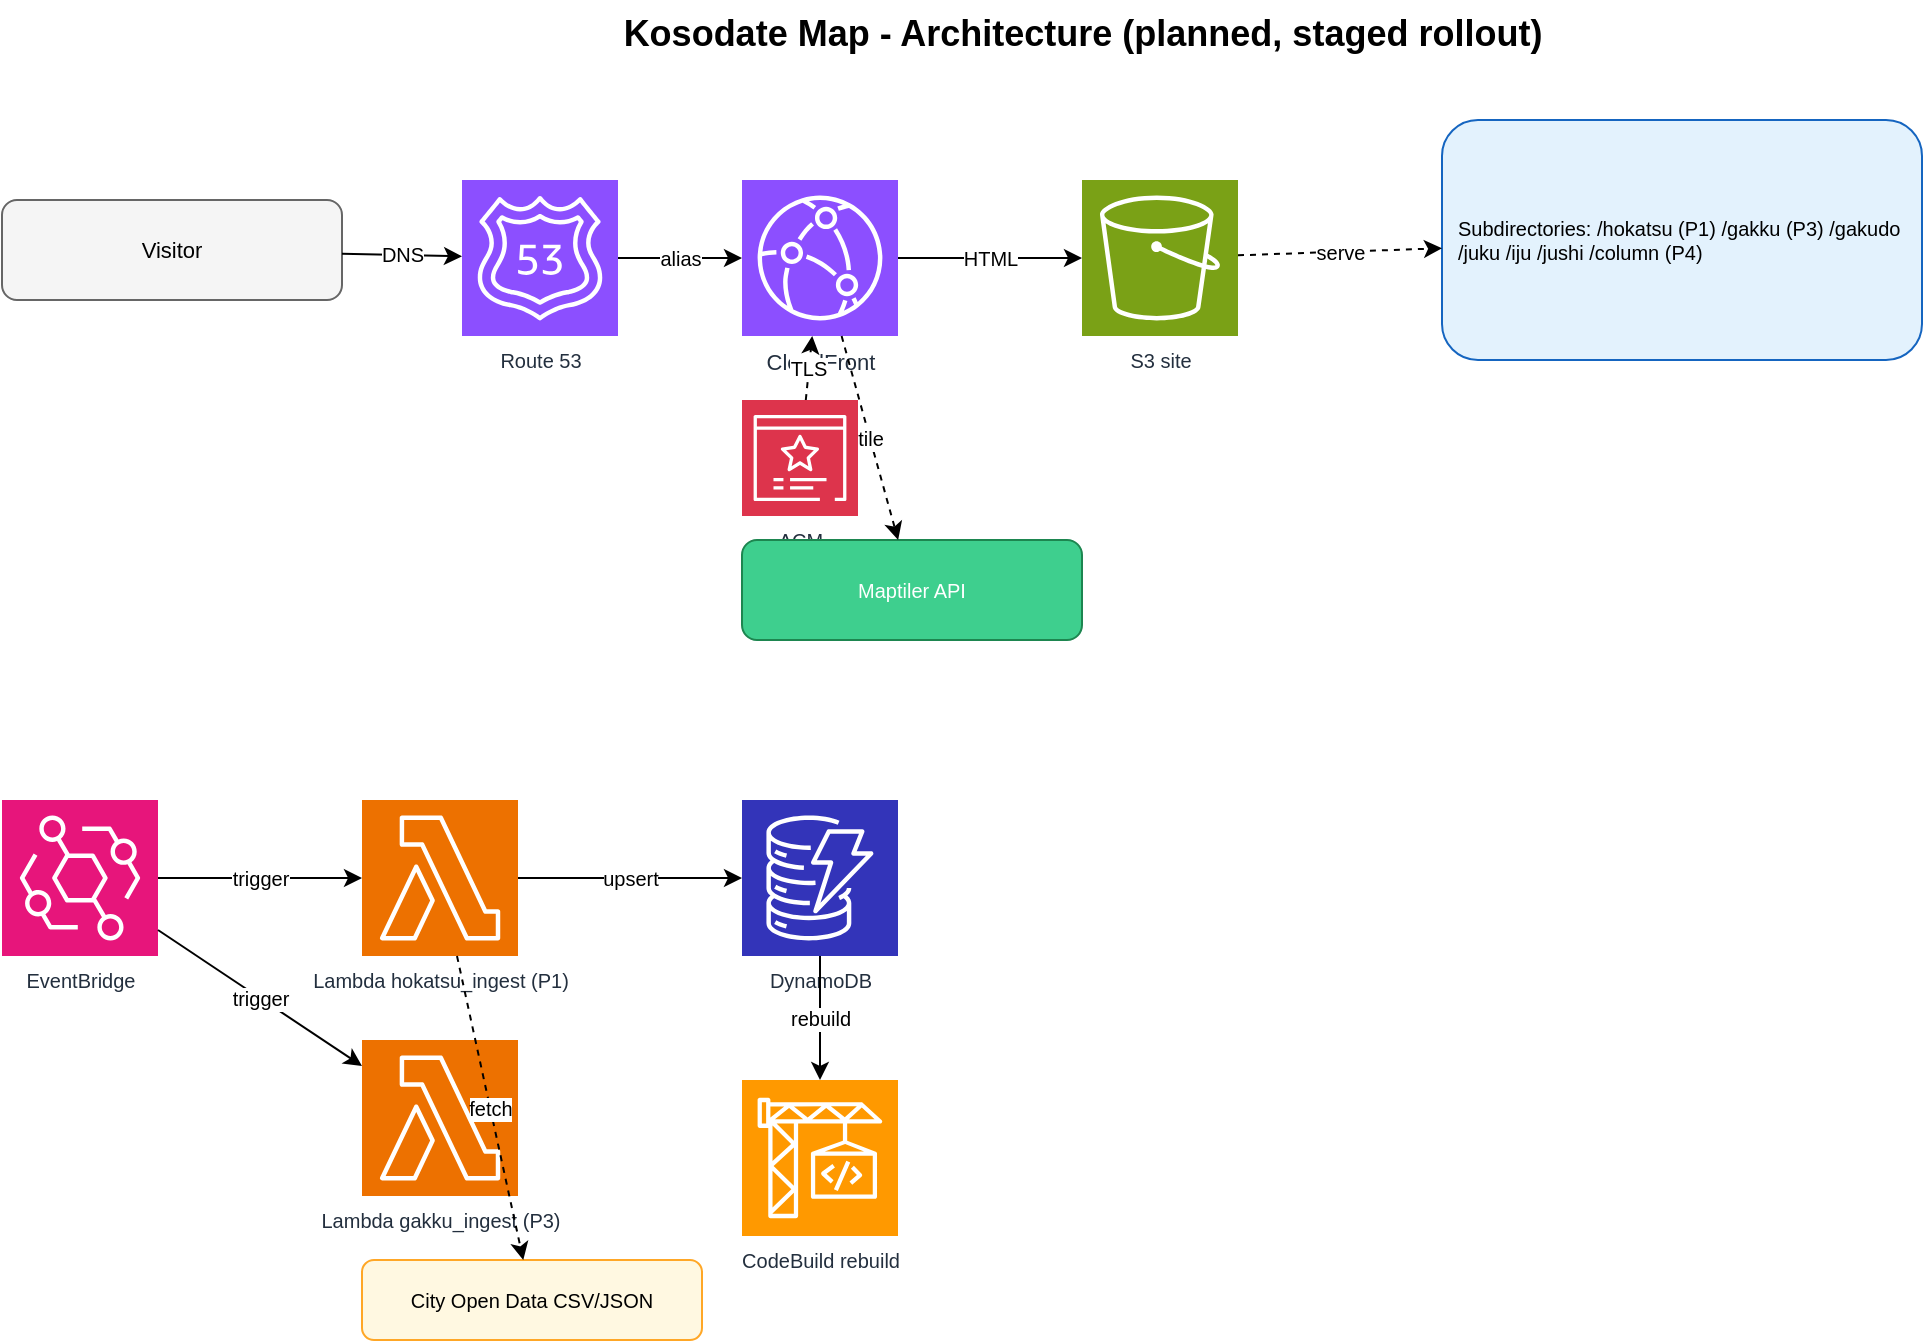
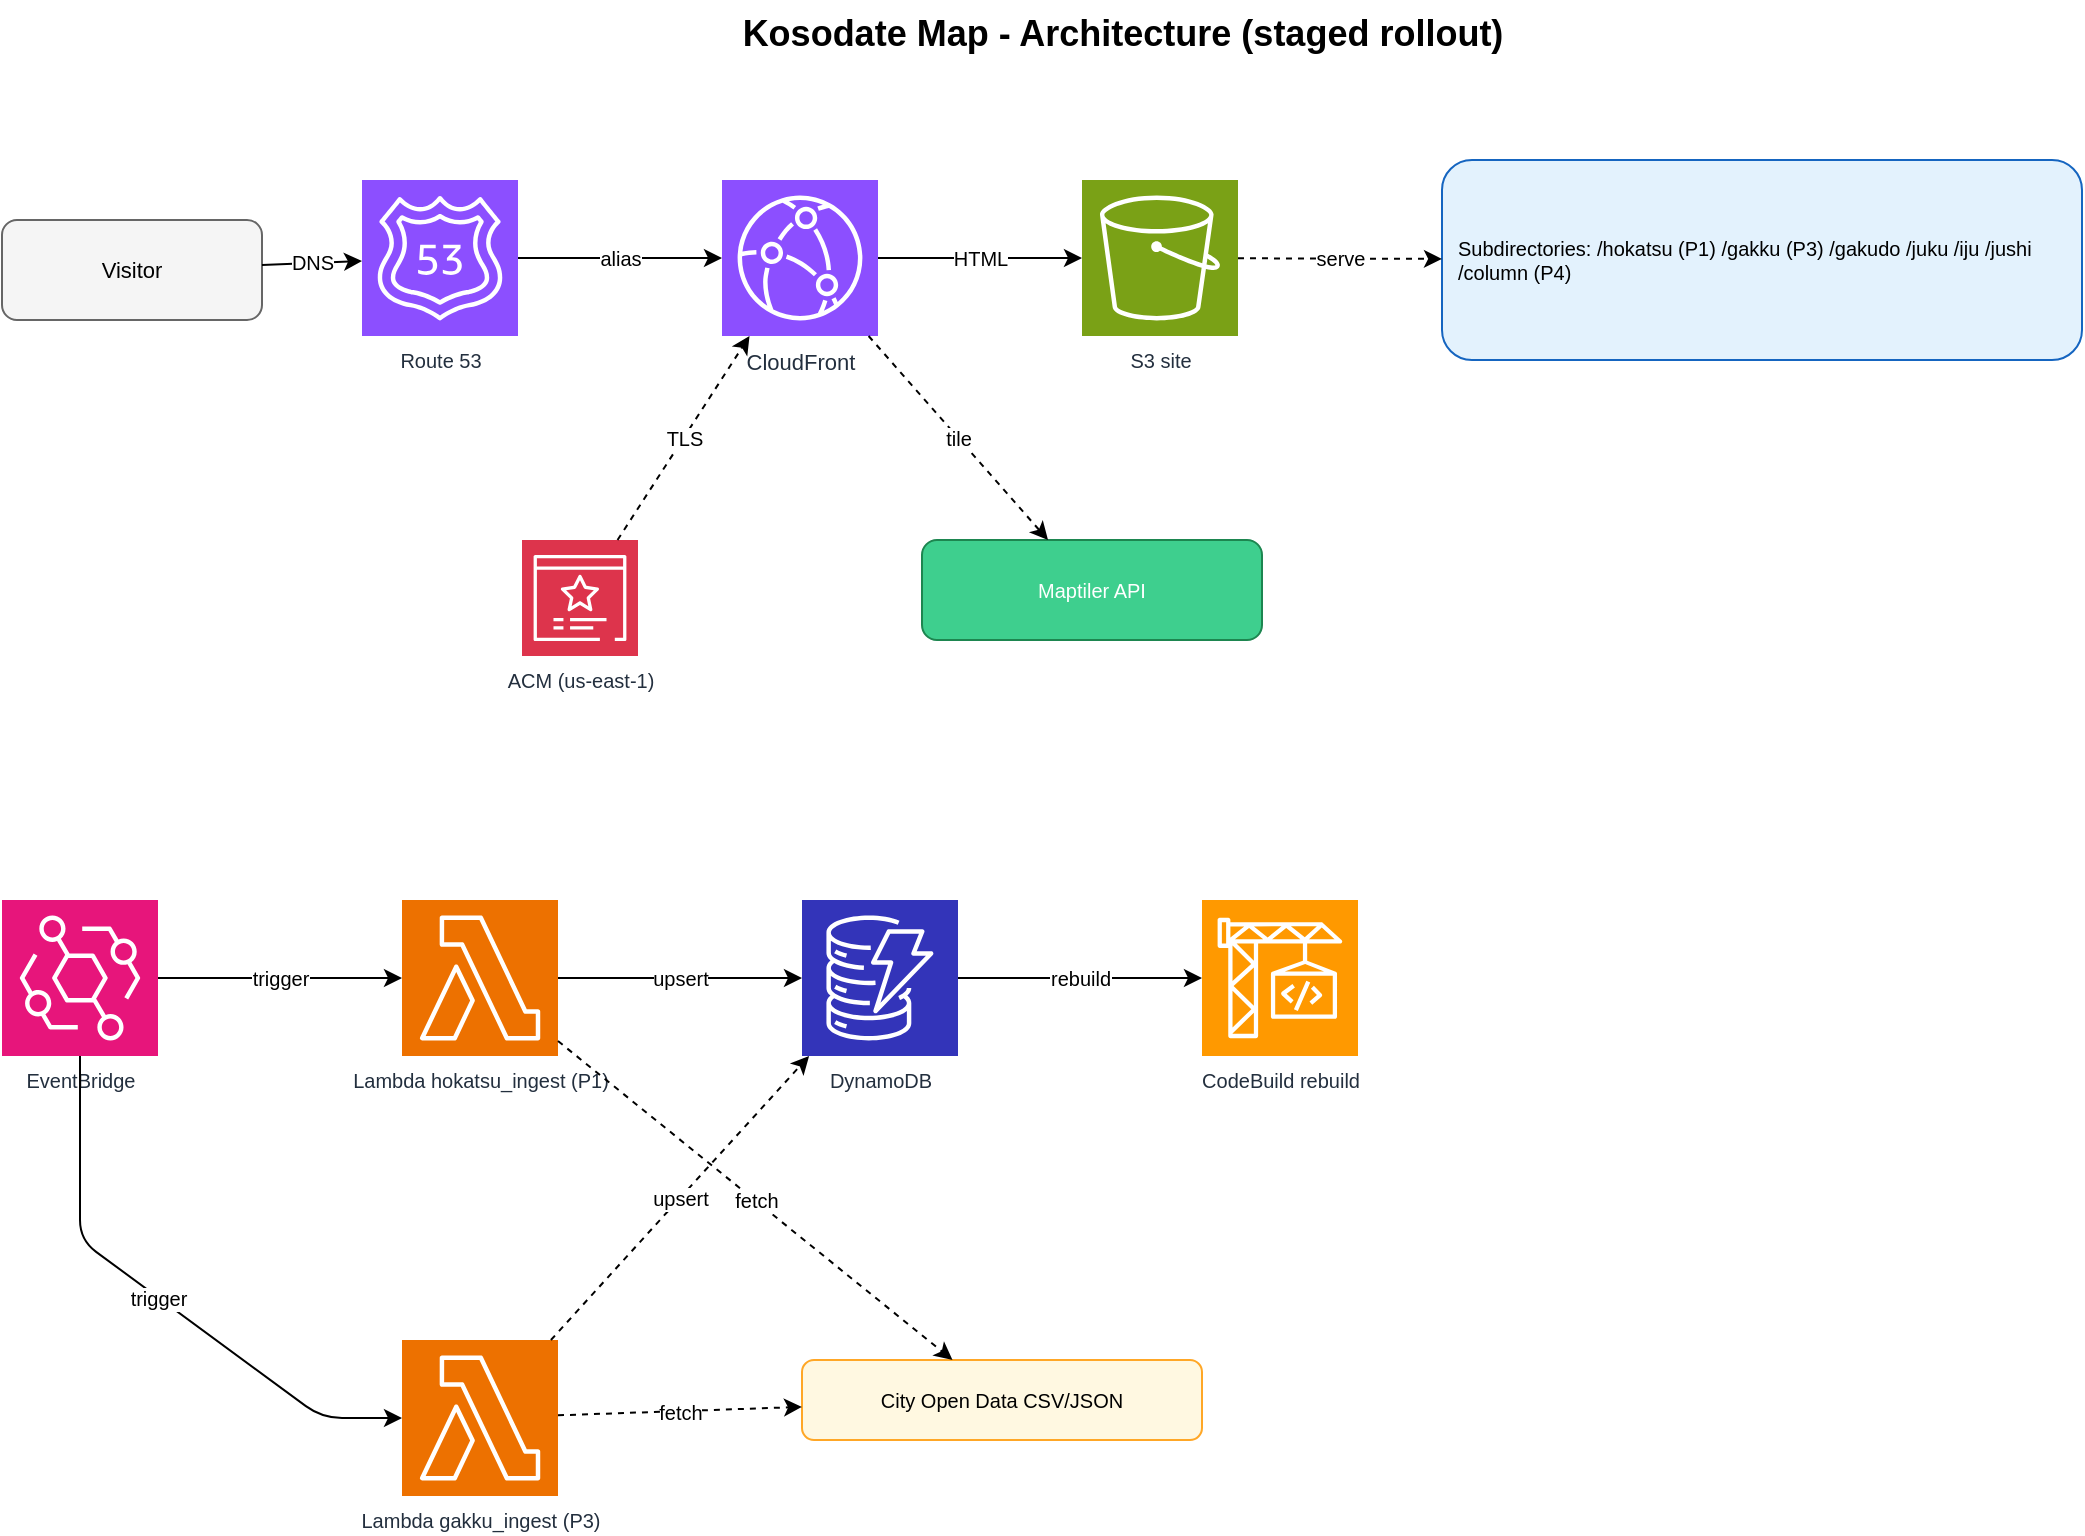
- <mxfile host="www.iigtn.com" modified="2026-05-05T17:00:00.000Z" agent="iigtn-platform" version="24.0.0">
+ <mxfile host="www.iigtn.com" modified="2026-05-15T18:00:00.000Z" agent="iigtn-platform" version="24.0.0">
  <diagram name="Kosodate Map Architecture" id="koso-arch">
-     <mxGraphModel dx="1400" dy="900" grid="1" gridSize="10" guides="1" tooltips="1" connect="1" arrows="1" fold="1" page="1" pageScale="1" pageWidth="1200" pageHeight="780" math="0" shadow="0">
+     <mxGraphModel dx="1400" dy="900" grid="1" gridSize="10" guides="1" tooltips="1" connect="1" arrows="1" fold="1" page="1" pageScale="1" pageWidth="1200" pageHeight="820" math="0" shadow="0">
      <root>
        <mxCell id="0" />
        <mxCell id="1" parent="0" />

-         <mxCell id="title" value="Kosodate Map - Architecture (planned, staged rollout)" style="text;html=1;align=center;fontSize=18;fontStyle=1;" vertex="1" parent="1">
-           <mxGeometry x="220" y="20" width="760" height="30" as="geometry" />
+         <mxCell id="title" value="Kosodate Map - Architecture (staged rollout)" style="text;html=1;align=center;fontSize=18;fontStyle=1;" vertex="1" parent="1">
+           <mxGeometry x="280" y="20" width="640" height="30" as="geometry" />
        </mxCell>

        <mxCell id="user" value="Visitor" style="rounded=1;whiteSpace=wrap;html=1;fillColor=#f5f5f5;strokeColor=#666;fontSize=11;" vertex="1" parent="1">
-           <mxGeometry x="60" y="120" width="170" height="50" as="geometry" />
+           <mxGeometry x="40" y="130" width="130" height="50" as="geometry" />
        </mxCell>

        <mxCell id="r53" value="Route 53" style="sketch=0;outlineConnect=0;fontColor=#232F3E;fillColor=#8C4FFF;strokeColor=#ffffff;dashed=0;verticalLabelPosition=bottom;verticalAlign=top;align=center;html=1;fontSize=10;aspect=fixed;shape=mxgraph.aws4.resourceIcon;resIcon=mxgraph.aws4.route_53;" vertex="1" parent="1">
-           <mxGeometry x="290" y="110" width="78" height="78" as="geometry" />
-         </mxCell>
- 
-         <mxCell id="acm" value="ACM" style="sketch=0;outlineConnect=0;fontColor=#232F3E;fillColor=#DD344C;strokeColor=#ffffff;dashed=0;verticalLabelPosition=bottom;verticalAlign=top;align=center;html=1;fontSize=10;aspect=fixed;shape=mxgraph.aws4.resourceIcon;resIcon=mxgraph.aws4.certificate_manager_3;" vertex="1" parent="1">
-           <mxGeometry x="430" y="220" width="58" height="58" as="geometry" />
+           <mxGeometry x="220" y="110" width="78" height="78" as="geometry" />
        </mxCell>

        <mxCell id="cf" value="CloudFront" style="sketch=0;outlineConnect=0;fontColor=#232F3E;fillColor=#8C4FFF;strokeColor=#ffffff;dashed=0;verticalLabelPosition=bottom;verticalAlign=top;align=center;html=1;fontSize=11;aspect=fixed;shape=mxgraph.aws4.resourceIcon;resIcon=mxgraph.aws4.cloudfront;" vertex="1" parent="1">
-           <mxGeometry x="430" y="110" width="78" height="78" as="geometry" />
+           <mxGeometry x="400" y="110" width="78" height="78" as="geometry" />
        </mxCell>

        <mxCell id="s3" value="S3 site" style="sketch=0;outlineConnect=0;fontColor=#232F3E;fillColor=#7AA116;strokeColor=#ffffff;dashed=0;verticalLabelPosition=bottom;verticalAlign=top;align=center;html=1;fontSize=10;aspect=fixed;shape=mxgraph.aws4.resourceIcon;resIcon=mxgraph.aws4.s3;" vertex="1" parent="1">
-           <mxGeometry x="600" y="110" width="78" height="78" as="geometry" />
+           <mxGeometry x="580" y="110" width="78" height="78" as="geometry" />
        </mxCell>

        <mxCell id="paths" value="Subdirectories: /hokatsu (P1) /gakku (P3) /gakudo /juku /iju /jushi /column (P4)" style="rounded=1;whiteSpace=wrap;html=1;fillColor=#e3f2fd;strokeColor=#1565c0;fontSize=10;align=left;spacing=8;" vertex="1" parent="1">
-           <mxGeometry x="780" y="80" width="240" height="120" as="geometry" />
+           <mxGeometry x="760" y="100" width="320" height="100" as="geometry" />
+         </mxCell>
+ 
+         <mxCell id="acm" value="ACM (us-east-1)" style="sketch=0;outlineConnect=0;fontColor=#232F3E;fillColor=#DD344C;strokeColor=#ffffff;dashed=0;verticalLabelPosition=bottom;verticalAlign=top;align=center;html=1;fontSize=10;aspect=fixed;shape=mxgraph.aws4.resourceIcon;resIcon=mxgraph.aws4.certificate_manager_3;" vertex="1" parent="1">
+           <mxGeometry x="300" y="290" width="58" height="58" as="geometry" />
        </mxCell>

        <mxCell id="maptiler" value="Maptiler API" style="rounded=1;whiteSpace=wrap;html=1;fillColor=#3ECF8E;strokeColor=#1d8650;fontColor=#fff;fontSize=10;" vertex="1" parent="1">
-           <mxGeometry x="430" y="290" width="170" height="50" as="geometry" />
+           <mxGeometry x="500" y="290" width="170" height="50" as="geometry" />
        </mxCell>

        <mxCell id="ae1" value="DNS" style="endArrow=classic;html=1;fontSize=10;" edge="1" parent="1" source="user" target="r53">
          <mxGeometry relative="1" as="geometry" />
        </mxCell>
        <mxCell id="ae2" value="alias" style="endArrow=classic;html=1;fontSize=10;" edge="1" parent="1" source="r53" target="cf">
          <mxGeometry relative="1" as="geometry" />
        </mxCell>
        <mxCell id="ae3" value="TLS" style="endArrow=classic;dashed=1;html=1;fontSize=10;" edge="1" parent="1" source="acm" target="cf">
          <mxGeometry relative="1" as="geometry" />
        </mxCell>
        <mxCell id="ae4" value="HTML" style="endArrow=classic;html=1;fontSize=10;" edge="1" parent="1" source="cf" target="s3">
          <mxGeometry relative="1" as="geometry" />
        </mxCell>
        <mxCell id="ae5" value="serve" style="endArrow=classic;dashed=1;html=1;fontSize=10;" edge="1" parent="1" source="s3" target="paths">
          <mxGeometry relative="1" as="geometry" />
        </mxCell>
        <mxCell id="ae6" value="tile" style="endArrow=classic;dashed=1;html=1;fontSize=10;" edge="1" parent="1" source="cf" target="maptiler">
          <mxGeometry relative="1" as="geometry" />
        </mxCell>

        <mxCell id="eb" value="EventBridge" style="sketch=0;outlineConnect=0;fontColor=#232F3E;fillColor=#E7157B;strokeColor=#ffffff;dashed=0;verticalLabelPosition=bottom;verticalAlign=top;align=center;html=1;fontSize=10;aspect=fixed;shape=mxgraph.aws4.resourceIcon;resIcon=mxgraph.aws4.eventbridge;" vertex="1" parent="1">
-           <mxGeometry x="60" y="420" width="78" height="78" as="geometry" />
+           <mxGeometry x="40" y="470" width="78" height="78" as="geometry" />
        </mxCell>

        <mxCell id="lambdaIng" value="Lambda hokatsu_ingest (P1)" style="sketch=0;outlineConnect=0;fontColor=#232F3E;fillColor=#ED7100;strokeColor=#ffffff;dashed=0;verticalLabelPosition=bottom;verticalAlign=top;align=center;html=1;fontSize=10;aspect=fixed;shape=mxgraph.aws4.resourceIcon;resIcon=mxgraph.aws4.lambda;" vertex="1" parent="1">
-           <mxGeometry x="240" y="420" width="78" height="78" as="geometry" />
+           <mxGeometry x="240" y="470" width="78" height="78" as="geometry" />
+         </mxCell>
+ 
+         <mxCell id="ddb" value="DynamoDB" style="sketch=0;outlineConnect=0;fontColor=#232F3E;fillColor=#3334B9;strokeColor=#ffffff;dashed=0;verticalLabelPosition=bottom;verticalAlign=top;align=center;html=1;fontSize=10;aspect=fixed;shape=mxgraph.aws4.resourceIcon;resIcon=mxgraph.aws4.dynamodb;" vertex="1" parent="1">
+           <mxGeometry x="440" y="470" width="78" height="78" as="geometry" />
+         </mxCell>
+ 
+         <mxCell id="cb" value="CodeBuild rebuild" style="sketch=0;outlineConnect=0;fontColor=#232F3E;fillColor=#FF9900;strokeColor=#ffffff;dashed=0;verticalLabelPosition=bottom;verticalAlign=top;align=center;html=1;fontSize=10;aspect=fixed;shape=mxgraph.aws4.resourceIcon;resIcon=mxgraph.aws4.codebuild;" vertex="1" parent="1">
+           <mxGeometry x="640" y="470" width="78" height="78" as="geometry" />
+         </mxCell>
+ 
+         <mxCell id="muni" value="City Open Data CSV/JSON" style="rounded=1;whiteSpace=wrap;html=1;fillColor=#fff8e1;strokeColor=#ffa726;fontSize=10;" vertex="1" parent="1">
+           <mxGeometry x="440" y="700" width="200" height="40" as="geometry" />
        </mxCell>

        <mxCell id="lambdaIng2" value="Lambda gakku_ingest (P3)" style="sketch=0;outlineConnect=0;fontColor=#232F3E;fillColor=#ED7100;strokeColor=#ffffff;dashed=0;verticalLabelPosition=bottom;verticalAlign=top;align=center;html=1;fontSize=10;aspect=fixed;shape=mxgraph.aws4.resourceIcon;resIcon=mxgraph.aws4.lambda;" vertex="1" parent="1">
-           <mxGeometry x="240" y="540" width="78" height="78" as="geometry" />
-         </mxCell>
- 
-         <mxCell id="muni" value="City Open Data CSV/JSON" style="rounded=1;whiteSpace=wrap;html=1;fillColor=#fff8e1;strokeColor=#ffa726;fontSize=10;" vertex="1" parent="1">
-           <mxGeometry x="240" y="650" width="170" height="40" as="geometry" />
-         </mxCell>
- 
-         <mxCell id="ddb" value="DynamoDB" style="sketch=0;outlineConnect=0;fontColor=#232F3E;fillColor=#3334B9;strokeColor=#ffffff;dashed=0;verticalLabelPosition=bottom;verticalAlign=top;align=center;html=1;fontSize=10;aspect=fixed;shape=mxgraph.aws4.resourceIcon;resIcon=mxgraph.aws4.dynamodb;" vertex="1" parent="1">
-           <mxGeometry x="430" y="420" width="78" height="78" as="geometry" />
-         </mxCell>
- 
-         <mxCell id="cb" value="CodeBuild rebuild" style="sketch=0;outlineConnect=0;fontColor=#232F3E;fillColor=#FF9900;strokeColor=#ffffff;dashed=0;verticalLabelPosition=bottom;verticalAlign=top;align=center;html=1;fontSize=10;aspect=fixed;shape=mxgraph.aws4.resourceIcon;resIcon=mxgraph.aws4.codebuild;" vertex="1" parent="1">
-           <mxGeometry x="430" y="560" width="78" height="78" as="geometry" />
+           <mxGeometry x="240" y="690" width="78" height="78" as="geometry" />
        </mxCell>

        <mxCell id="be1" value="trigger" style="endArrow=classic;html=1;fontSize=10;" edge="1" parent="1" source="eb" target="lambdaIng">
          <mxGeometry relative="1" as="geometry" />
        </mxCell>
-         <mxCell id="be1b" value="trigger" style="endArrow=classic;html=1;fontSize=10;" edge="1" parent="1" source="eb" target="lambdaIng2">
+         <mxCell id="be1b" value="trigger" style="endArrow=classic;html=1;fontSize=10;exitX=0.5;exitY=1;exitDx=0;exitDy=0;entryX=0;entryY=0.5;entryDx=0;entryDy=0;" edge="1" parent="1" source="eb" target="lambdaIng2">
+           <mxGeometry relative="1" as="geometry">
+             <Array as="points">
+               <mxPoint x="79" y="640" />
+               <mxPoint x="200" y="729" />
+             </Array>
+           </mxGeometry>
+         </mxCell>
+         <mxCell id="be3" value="upsert" style="endArrow=classic;html=1;fontSize=10;" edge="1" parent="1" source="lambdaIng" target="ddb">
+           <mxGeometry relative="1" as="geometry" />
+         </mxCell>
+         <mxCell id="be3b" value="upsert" style="endArrow=classic;dashed=1;html=1;fontSize=10;" edge="1" parent="1" source="lambdaIng2" target="ddb">
          <mxGeometry relative="1" as="geometry" />
        </mxCell>
        <mxCell id="be2" value="fetch" style="endArrow=classic;dashed=1;html=1;fontSize=10;" edge="1" parent="1" source="lambdaIng" target="muni">
          <mxGeometry relative="1" as="geometry" />
        </mxCell>
-         <mxCell id="be3" value="upsert" style="endArrow=classic;html=1;fontSize=10;" edge="1" parent="1" source="lambdaIng" target="ddb">
+         <mxCell id="be2b" value="fetch" style="endArrow=classic;dashed=1;html=1;fontSize=10;" edge="1" parent="1" source="lambdaIng2" target="muni">
          <mxGeometry relative="1" as="geometry" />
        </mxCell>
        <mxCell id="be4" value="rebuild" style="endArrow=classic;html=1;fontSize=10;" edge="1" parent="1" source="ddb" target="cb">
          <mxGeometry relative="1" as="geometry" />
        </mxCell>

      </root>
    </mxGraphModel>
  </diagram>
</mxfile>
